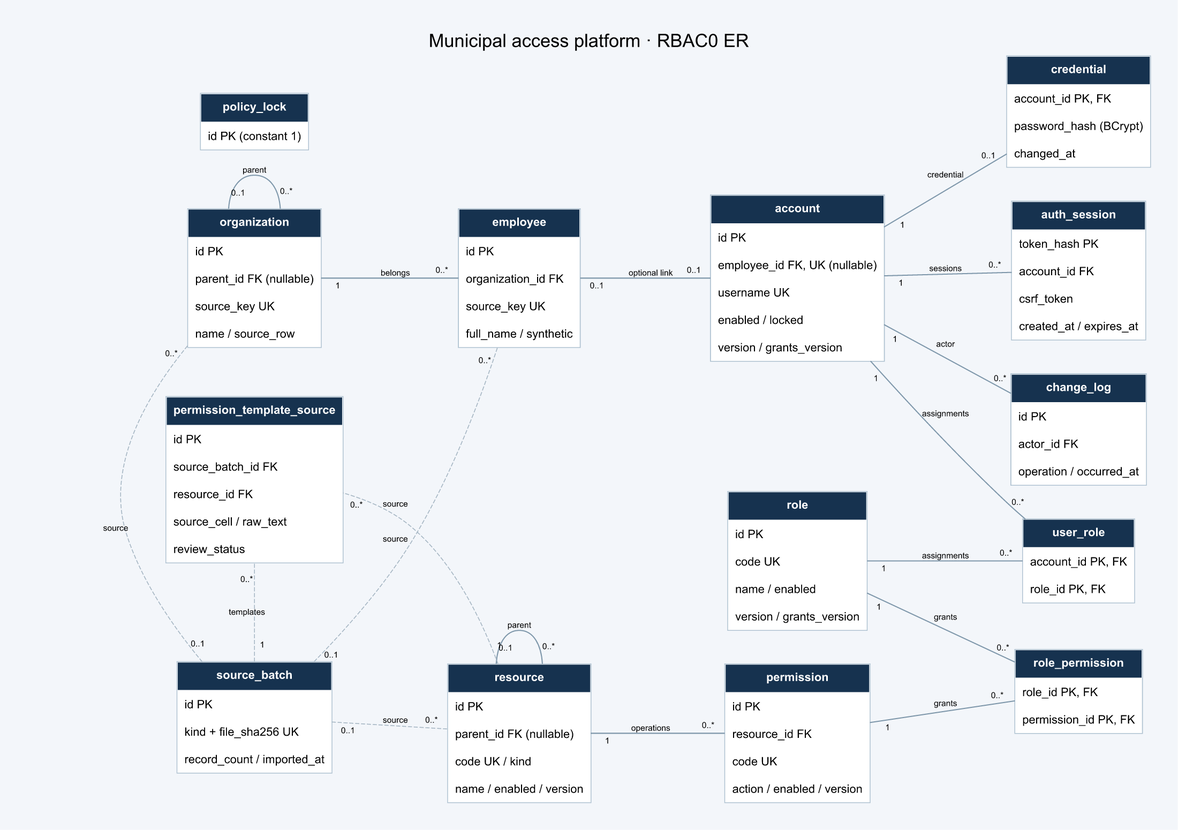
Earlier version of the Mermaid export docs/数据库ER.png (eason1125t/ooad-easontry). Its source is kept beside it as docs/数据库ER.mmd. The source it was exported from:
```mermaid
erDiagram
    organization o|--o{ organization : parent
    organization ||--o{ employee : belongs
    employee o|--o| account : optional_link
    account ||--o| credential : credential
    account ||--o{ auth_session : sessions
    account ||--o{ user_role : assignments
    role ||--o{ user_role : assignments
    role ||--o{ role_permission : grants
    permission ||--o{ role_permission : grants
    resource o|--o{ resource : parent
    resource ||--o{ permission : operations
    source_batch o|--o{ organization : source
    source_batch o|--o{ employee : source
    source_batch o|--o{ resource : source
    source_batch ||--o{ permission_template_source : templates
    resource ||--o{ permission_template_source : source
    account ||--o{ change_log : actor
    organization {
        bigint id
        bigint parent_id
    }
    employee {
        bigint id
        bigint organization_id
    }
    account {
        bigint id
        bigint employee_id
    }
    role {
        bigint id
    }
    resource {
        bigint id
        bigint parent_id
    }
    permission {
        bigint id
        bigint resource_id
    }
    user_role {
        bigint account_id
        bigint role_id
    }
    role_permission {
        bigint role_id
        bigint permission_id
    }
    credential {
        bigint account_id
    }
    auth_session {
        bigint account_id
    }
    source_batch {
        bigint id
    }
    permission_template_source {
        bigint id
        bigint source_batch_id
        bigint resource_id
    }
    change_log {
        bigint id
        bigint actor_id
    }
    policy_lock {
        bigint id
    }
```
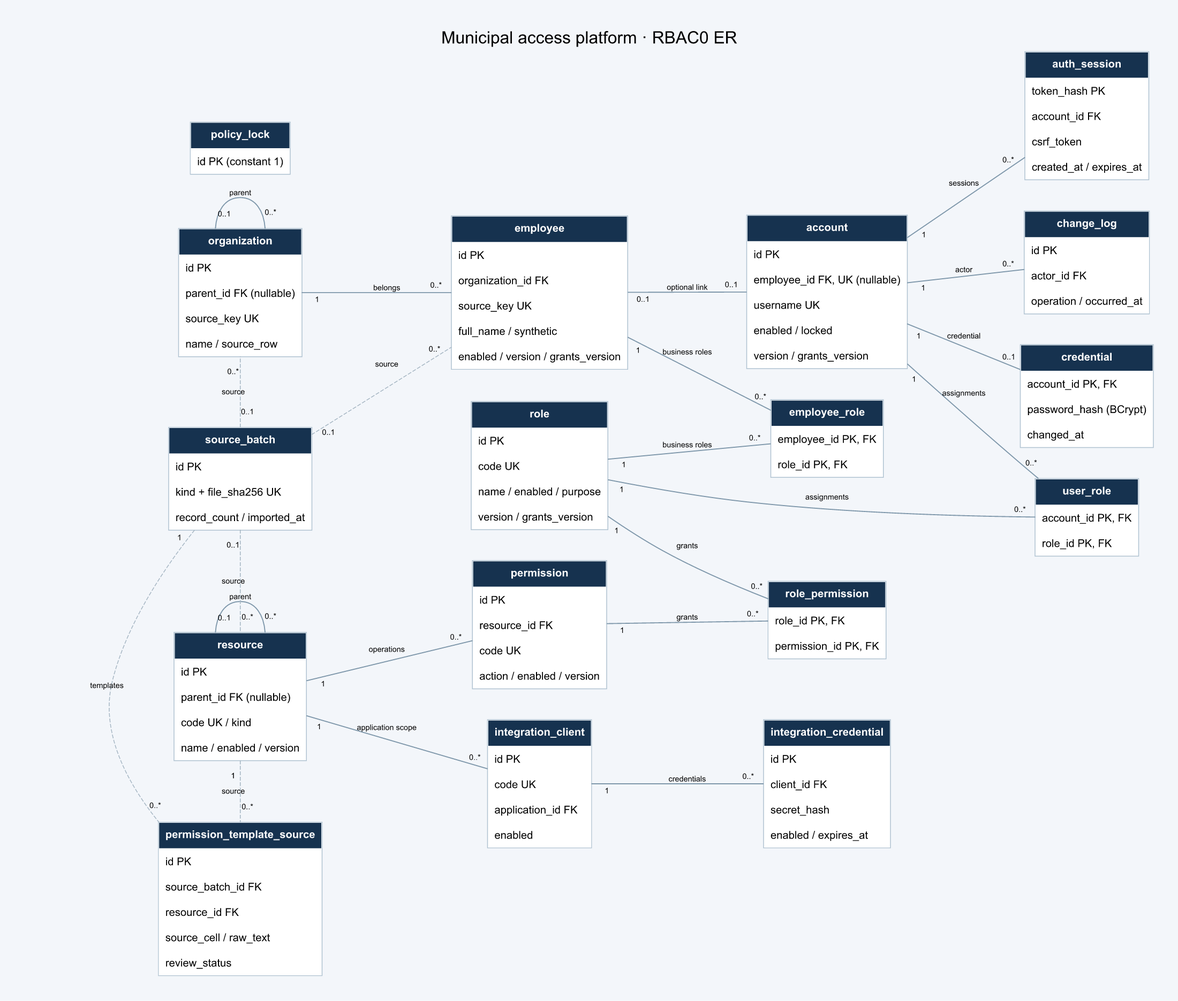
The same file after the commit.

The edit, as a diff of the source:
```diff
@@ -16,6 +16,10 @@
     source_batch ||--o{ permission_template_source : templates
     resource ||--o{ permission_template_source : source
     account ||--o{ change_log : actor
+    employee ||--o{ employee_role : business_roles
+    role ||--o{ employee_role : business_roles
+    resource ||--o{ integration_client : application_scope
+    integration_client ||--o{ integration_credential : credentials
     organization {
         bigint id
         bigint parent_id
@@ -68,3 +72,15 @@
     policy_lock {
         bigint id
     }
+    employee_role {
+        bigint employee_id
+        bigint role_id
+    }
+    integration_client {
+        bigint id
+        bigint application_id
+    }
+    integration_credential {
+        varchar id
+        bigint client_id
+    }
```
